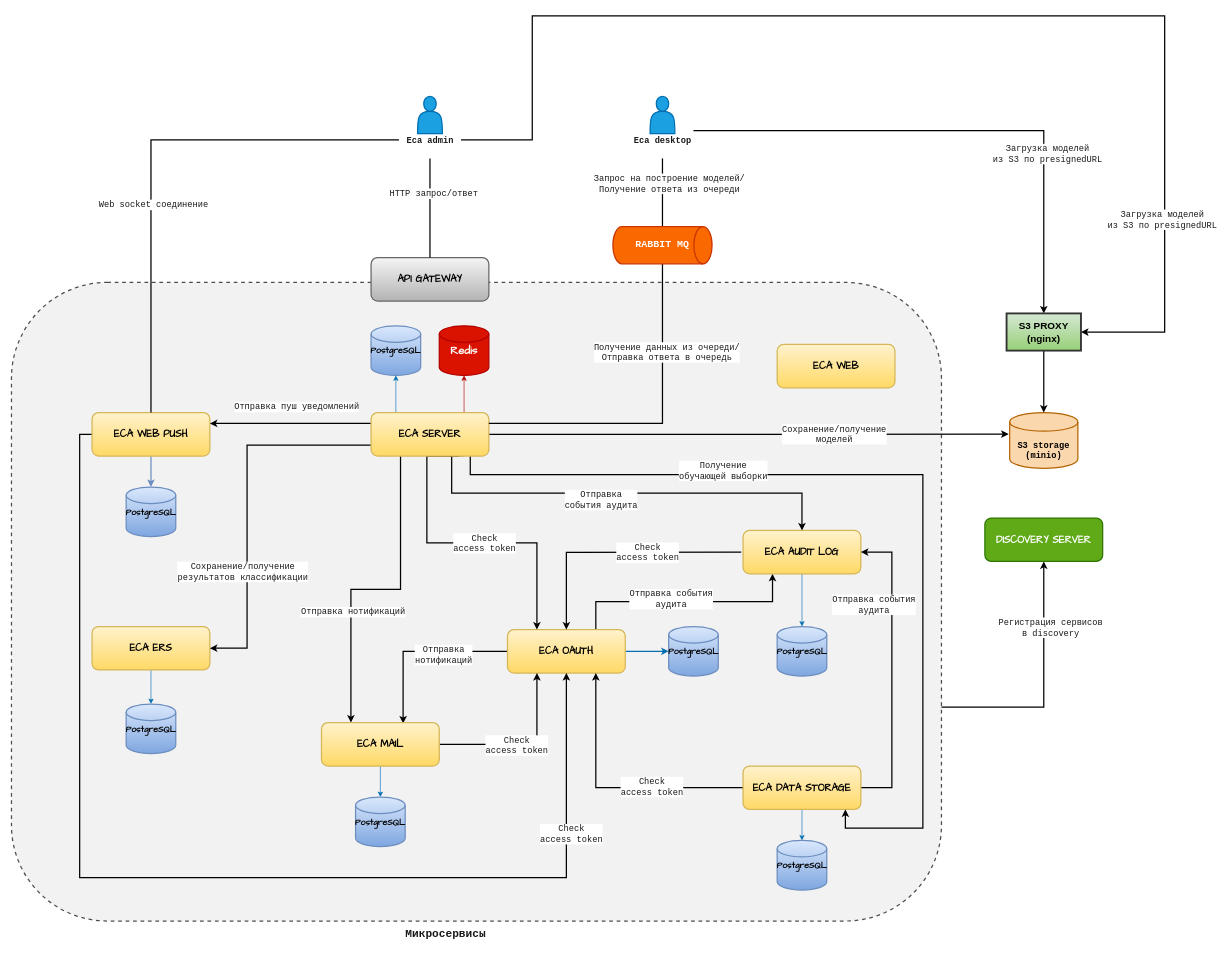
Earlier version of the draw.io diagram doc/schemas/eca-service-architecture.drawio (Stonnos/eca-service). Source tidied: cells renumbered, new cells numbered last; positions are measured from the earlier drawing's top-left corner, leaving out a move shared by most shapes. Both pictures are drawn from the tidied source at 62%, with x=0, y=0 at pixel (11, 16).
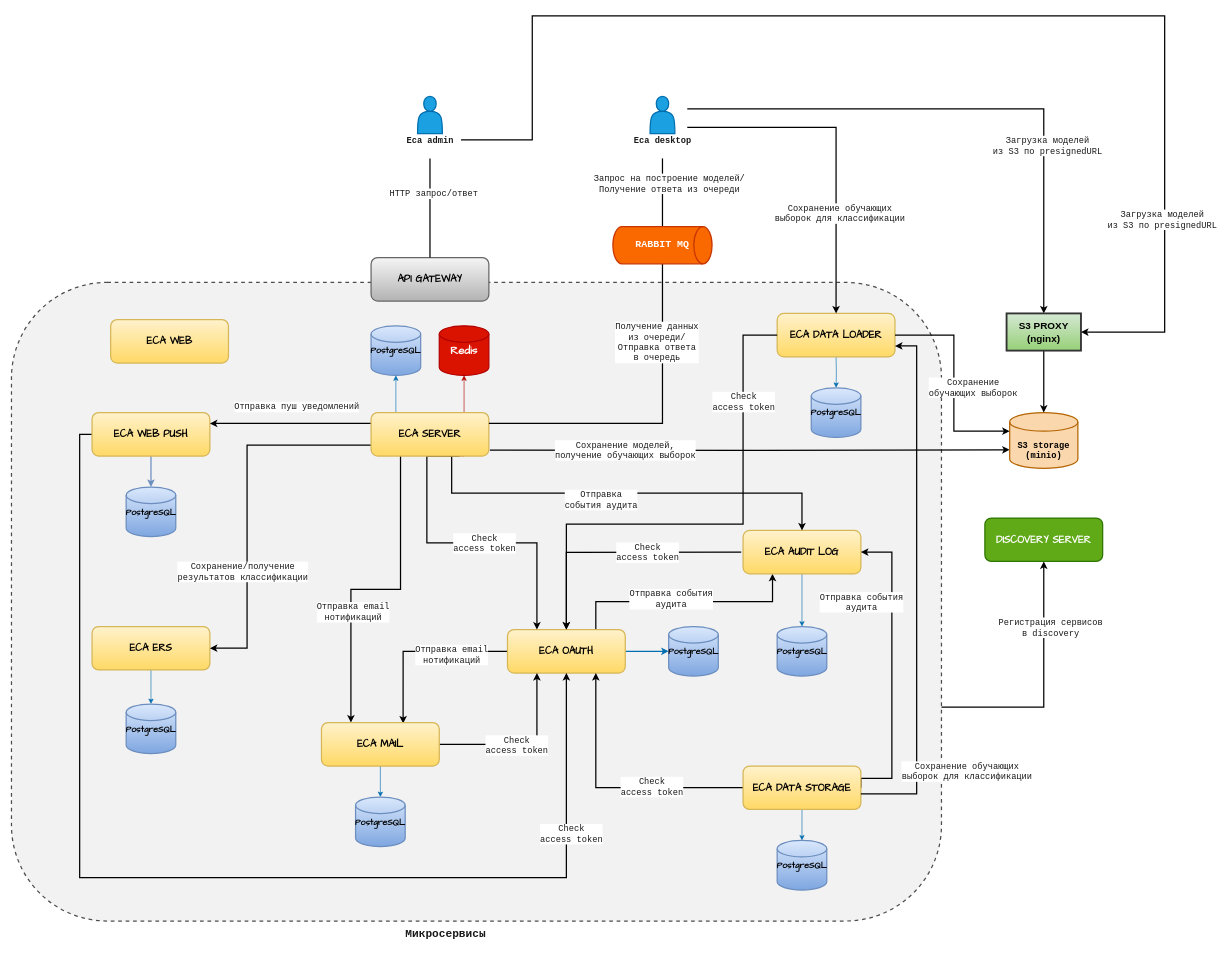
Above is the later version.

The change refers to these unchanged cells:
```xml
<mxCell id="6" style="edgeStyle=orthogonalEdgeStyle;rounded=0;jettySize=auto;html=1;exitX=0;exitY=0.5;exitDx=0;exitDy=0;entryX=0.693;entryY=0.019;entryDx=0;entryDy=0;entryPerimeter=0;fontFamily=Courier New;fontSize=14;fontColor=#1A1A1A;endArrow=classic;endFill=1;strokeWidth=2;" parent="1" edge="1" source="11" target="48">
  <mxGeometry relative="1" as="geometry" />
</mxCell>
<mxCell id="16" value="&lt;font face=&quot;Comic Sans MS&quot;&gt;&lt;span style=&quot;font-size: 16px;&quot;&gt;&lt;b&gt;ECA AUDIT LOG&lt;/b&gt;&lt;/span&gt;&lt;/font&gt;" style="rounded=1;whiteSpace=wrap;html=1;strokeColor=#d6b656;strokeWidth=2;fillColor=#fff2cc;gradientColor=#ffd966;" parent="1" vertex="1">
  <mxGeometry x="1180" y="830" width="190" height="70" as="geometry" />
</mxCell>
<mxCell id="22" value="&lt;font face=&quot;Comic Sans MS&quot;&gt;&lt;span style=&quot;font-size: 16px;&quot;&gt;&lt;b&gt;ECA DATA STORAGE&lt;/b&gt;&lt;/span&gt;&lt;/font&gt;" style="rounded=1;whiteSpace=wrap;html=1;strokeColor=#d6b656;strokeWidth=2;fillColor=#fff2cc;gradientColor=#ffd966;" parent="1" vertex="1">
  <mxGeometry x="1180" y="1210" width="190" height="70" as="geometry" />
</mxCell>
<mxCell id="26" value="&lt;font face=&quot;Comic Sans MS&quot;&gt;&lt;span style=&quot;font-size: 16px;&quot;&gt;&lt;b&gt;ECA WEB PUSH&lt;/b&gt;&lt;/span&gt;&lt;/font&gt;" style="rounded=1;whiteSpace=wrap;html=1;strokeColor=#d6b656;strokeWidth=2;fillColor=#fff2cc;gradientColor=#ffd966;" parent="1" vertex="1">
  <mxGeometry x="130" y="640" width="190" height="70" as="geometry" />
</mxCell>
<mxCell id="35" style="edgeStyle=orthogonalEdgeStyle;rounded=0;jettySize=auto;html=1;exitX=0.25;exitY=1;exitDx=0;exitDy=0;entryX=0.25;entryY=0;entryDx=0;entryDy=0;fontFamily=Courier New;fontSize=14;fontColor=#1A1A1A;endArrow=classic;endFill=1;strokeWidth=2;" parent="1" edge="1" source="44" target="48">
  <mxGeometry relative="1" as="geometry" />
</mxCell>
<mxCell id="44" value="&lt;font face=&quot;Comic Sans MS&quot;&gt;&lt;span style=&quot;font-size: 16px;&quot;&gt;&lt;b&gt;ECA SERVER&lt;/b&gt;&lt;/span&gt;&lt;/font&gt;" style="rounded=1;whiteSpace=wrap;html=1;strokeColor=#d6b656;strokeWidth=2;fillColor=#fff2cc;gradientColor=#ffd966;" parent="1" vertex="1">
  <mxGeometry x="580" y="640" width="190" height="70" as="geometry" />
</mxCell>
<mxCell id="56" style="edgeStyle=orthogonalEdgeStyle;rounded=0;jettySize=auto;html=1;exitX=0.5;exitY=1;exitDx=0;exitDy=0;exitPerimeter=0;entryX=1;entryY=0.25;entryDx=0;entryDy=0;fontFamily=Courier New;fontSize=14;fontColor=#1A1A1A;endArrow=none;endFill=0;strokeWidth=2;" parent="1" edge="1" source="58" target="44">
  <mxGeometry relative="1" as="geometry">
    <Array as="points">
      <mxPoint x="1050" y="658" />
    </Array>
  </mxGeometry>
</mxCell>
<mxCell id="61" value="&lt;font style=&quot;font-size: 14px;&quot; color=&quot;#1a1a1a&quot;&gt;Eca desktop&lt;/font&gt;" style="text;strokeColor=none;fillColor=none;html=1;fontSize=24;fontStyle=1;verticalAlign=middle;align=center;fontFamily=Courier New;fontColor=#FFFFFF;" parent="59" vertex="1">
  <mxGeometry y="40" width="100" height="60" as="geometry" />
</mxCell>
<mxCell id="64" value="&lt;font style=&quot;font-size: 14px;&quot; color=&quot;#1a1a1a&quot;&gt;Eca admin&lt;/font&gt;" style="text;strokeColor=none;fillColor=none;html=1;fontSize=24;fontStyle=1;verticalAlign=middle;align=center;fontFamily=Courier New;fontColor=#FFFFFF;" parent="62" vertex="1">
  <mxGeometry y="40" width="100" height="60" as="geometry" />
</mxCell>
<mxCell id="69" value="&lt;b&gt;&lt;br&gt;&lt;br&gt;S3 storage&lt;br&gt;(minio)&lt;br&gt;&lt;/b&gt;" style="strokeWidth=2;html=1;shape=mxgraph.flowchart.database;whiteSpace=wrap;fontFamily=Courier New;fontSize=14;fillColor=#fad7ac;strokeColor=#b46504;" parent="1" vertex="1">
  <mxGeometry x="1610" y="640" width="110" height="90" as="geometry" />
</mxCell>
<mxCell id="79" value="&lt;b style=&quot;font-size: 16px;&quot;&gt;S3 PROXY&lt;br&gt;(nginx)&lt;/b&gt;" style="rounded=0;whiteSpace=wrap;html=1;fillColor=#d5e8d4;strokeColor=#333333;gradientColor=#97d077;strokeWidth=3;" parent="1" vertex="1">
  <mxGeometry x="1605" y="480" width="120" height="60" as="geometry" />
</mxCell>
```

Diff of the diagram source:
```diff
@@
-    <mxCell id="7" value="Отправка&lt;br&gt;нотификаций" style="edgeLabel;html=1;align=center;verticalAlign=middle;fontSize=14;fontFamily=Courier New;fontColor=#1A1A1A;" parent="6" vertex="1">
-      <mxGeometry x="-0.27" y="5" relative="1" as="geometry" />
+    <mxCell id="7" value="Отправка email&lt;br&gt;нотификаций" style="edgeLabel;html=1;align=center;verticalAlign=middle;fontSize=14;fontFamily=Courier New;fontColor=#1A1A1A;" parent="6" vertex="1">
+      <mxGeometry x="-0.27" y="5" relative="1" as="geometry">
+        <mxPoint x="13" as="offset" />
+      </mxGeometry>
     </mxCell>
@@
     <mxCell id="12" value="&lt;font face=&quot;Comic Sans MS&quot;&gt;&lt;span style=&quot;font-size: 16px;&quot;&gt;&lt;b&gt;ECA WEB&lt;/b&gt;&lt;/span&gt;&lt;/font&gt;" style="rounded=1;whiteSpace=wrap;html=1;strokeColor=#d6b656;strokeWidth=2;fillColor=#fff2cc;gradientColor=#ffd966;" parent="1" vertex="1">
-      <mxGeometry x="1235" y="530" width="190" height="70" as="geometry" />
+      <mxGeometry x="160" y="490" width="190" height="70" as="geometry" />
     </mxCell>
@@
     <mxCell id="20" style="edgeStyle=orthogonalEdgeStyle;rounded=0;jettySize=auto;html=1;exitX=1;exitY=0.5;exitDx=0;exitDy=0;entryX=1;entryY=0.5;entryDx=0;entryDy=0;fontFamily=Courier New;fontSize=14;fontColor=#1A1A1A;endArrow=classic;endFill=1;strokeWidth=2;" parent="1" edge="1" source="22" target="16">
       <mxGeometry relative="1" as="geometry">
         <Array as="points">
-          <mxPoint x="1420" y="1245" />
+          <mxPoint x="1370" y="1230" />
+          <mxPoint x="1420" y="1230" />
           <mxPoint x="1420" y="865" />
         </Array>
       </mxGeometry>
     </mxCell>
     <mxCell id="21" value="Отправка события&lt;br&gt;аудита" style="edgeLabel;html=1;align=center;verticalAlign=middle;fontSize=14;fontFamily=Courier New;fontColor=#1A1A1A;" parent="20" vertex="1">
       <mxGeometry x="0.37" y="-2" relative="1" as="geometry">
-        <mxPoint x="-32" y="-17" as="offset" />
+        <mxPoint x="-52" y="-21" as="offset" />
       </mxGeometry>
     </mxCell>
@@
-    <mxCell id="36" value="Отправка нотификаций" style="edgeLabel;html=1;align=center;verticalAlign=middle;fontSize=14;fontFamily=Courier New;fontColor=#1A1A1A;" parent="35" vertex="1">
+    <mxCell id="36" value="Отправка email&lt;br&gt;нотификаций" style="edgeLabel;html=1;align=center;verticalAlign=middle;fontSize=14;fontFamily=Courier New;fontColor=#1A1A1A;" parent="35" vertex="1">
       <mxGeometry x="-0.41" y="6" relative="1" as="geometry">
         <mxPoint x="-83" y="101" as="offset" />
       </mxGeometry>
     </mxCell>
@@
-    <mxCell id="41" style="edgeStyle=orthogonalEdgeStyle;rounded=0;jettySize=auto;html=1;exitX=1;exitY=0.5;exitDx=0;exitDy=0;entryX=-0.015;entryY=0.385;entryDx=0;entryDy=0;entryPerimeter=0;fontFamily=Courier New;fontSize=14;fontColor=#1A1A1A;endArrow=classic;endFill=1;strokeWidth=2;" parent="1" edge="1" source="44" target="69">
-      <mxGeometry relative="1" as="geometry" />
+    <mxCell id="41" style="edgeStyle=orthogonalEdgeStyle;rounded=0;orthogonalLoop=1;jettySize=auto;html=1;exitX=1;exitY=0.5;exitDx=0;exitDy=0;entryX=-0.015;entryY=0.385;entryDx=0;entryDy=0;entryPerimeter=0;fontFamily=Courier New;fontSize=14;fontColor=#1A1A1A;endArrow=classic;endFill=1;strokeWidth=2;" parent="1" edge="1">
+      <mxGeometry relative="1" as="geometry">
+        <mxPoint x="771.6" y="700.4" as="sourcePoint" />
+        <mxPoint x="1610" y="700" as="targetPoint" />
+      </mxGeometry>
     </mxCell>
-    <mxCell id="42" value="Сохранение/получение&lt;br&gt;моделей" style="edgeLabel;html=1;align=center;verticalAlign=middle;fontSize=14;fontFamily=Courier New;fontColor=#1A1A1A;" parent="41" vertex="1">
+    <mxCell id="42" value="Сохранение моделей,&lt;br&gt;получение обучающих выборок" style="edgeLabel;html=1;align=center;verticalAlign=middle;fontSize=14;fontFamily=Courier New;fontColor=#1A1A1A;" parent="41" vertex="1">
       <mxGeometry x="0.33" relative="1" as="geometry">
-        <mxPoint x="-1" as="offset" />
+        <mxPoint x="-340" as="offset" />
       </mxGeometry>
     </mxCell>
-    <mxCell id="43" style="edgeStyle=orthogonalEdgeStyle;rounded=0;orthogonalLoop=1;jettySize=auto;html=1;targetPerimeterSpacing=1;strokeWidth=2;" parent="1" edge="1">
-      <mxGeometry relative="1" as="geometry">
-        <mxPoint x="740" y="710" as="sourcePoint" />
-        <mxPoint x="1345" y="1280" as="targetPoint" />
-        <Array as="points">
-          <mxPoint x="740" y="710" />
-          <mxPoint x="740" y="740" />
-          <mxPoint x="1470" y="740" />
-          <mxPoint x="1470" y="1310" />
-          <mxPoint x="1345" y="1310" />
-        </Array>
-      </mxGeometry>
-    </mxCell>
@@
-    <mxCell id="57" value="Получение данных из очереди/&lt;br&gt;Отправка ответа в очередь" style="edgeLabel;html=1;align=center;verticalAlign=middle;fontSize=14;fontFamily=Courier New;fontColor=#1A1A1A;" parent="56" vertex="1">
-      <mxGeometry x="-0.47" y="6" relative="1" as="geometry" />
+    <mxCell id="57" value="Получение данных&lt;br&gt;из очереди/&lt;br&gt;Отправка ответа&lt;br&gt;в очередь" style="edgeLabel;html=1;align=center;verticalAlign=middle;fontSize=14;fontFamily=Courier New;fontColor=#1A1A1A;" parent="56" vertex="1">
+      <mxGeometry x="-0.47" y="6" relative="1" as="geometry">
+        <mxPoint x="-16" y="-16" as="offset" />
+      </mxGeometry>
     </mxCell>
@@
-    <mxCell id="67" style="edgeStyle=orthogonalEdgeStyle;rounded=0;jettySize=auto;html=1;exitX=0;exitY=0.5;exitDx=0;exitDy=0;entryX=0.5;entryY=0;entryDx=0;entryDy=0;fontFamily=Courier New;fontSize=14;fontColor=#1A1A1A;endArrow=none;endFill=0;strokeWidth=2;" parent="1" edge="1" source="64" target="26">
-      <mxGeometry relative="1" as="geometry" />
-    </mxCell>
-    <mxCell id="68" value="Web socket соединение" style="edgeLabel;html=1;align=center;verticalAlign=middle;fontSize=14;fontFamily=Courier New;fontColor=#1A1A1A;" parent="67" vertex="1">
-      <mxGeometry x="0.2" y="3" relative="1" as="geometry" />
-    </mxCell>
@@
-    <mxCell id="74" style="edgeStyle=orthogonalEdgeStyle;rounded=0;jettySize=auto;html=1;exitX=1;exitY=0.25;exitDx=0;exitDy=0;entryX=0.5;entryY=0;entryDx=0;entryDy=0;fontFamily=Courier New;fontSize=14;fontColor=#1A1A1A;endArrow=classic;endFill=1;strokeWidth=2;" parent="1" edge="1" source="61" target="79">
-      <mxGeometry relative="1" as="geometry" />
+    <mxCell id="74" style="edgeStyle=orthogonalEdgeStyle;rounded=0;jettySize=auto;html=1;entryX=0.5;entryY=0;entryDx=0;entryDy=0;fontFamily=Courier New;fontSize=14;fontColor=#1A1A1A;endArrow=classic;endFill=1;strokeWidth=2;" parent="1" edge="1" target="79">
+      <mxGeometry relative="1" as="geometry">
+        <mxPoint x="1090" y="150" as="sourcePoint" />
+        <Array as="points">
+          <mxPoint x="1100" y="150" />
+          <mxPoint x="1665" y="150" />
+        </Array>
+      </mxGeometry>
     </mxCell>
@@
-    <mxCell id="81" value="Получение&lt;br&gt;обучающей выборки" style="edgeLabel;html=1;align=center;verticalAlign=middle;fontSize=14;fontFamily=Courier New;fontColor=#1A1A1A;" parent="1" vertex="1">
-      <mxGeometry x="1160" y="740" as="geometry">
-        <mxPoint x="-13" y="-7" as="offset" />
-      </mxGeometry>
-    </mxCell>
+    <mxCell id="82" value="&lt;font face=&quot;Comic Sans MS&quot;&gt;&lt;span style=&quot;font-size: 16px;&quot;&gt;&lt;b&gt;ECA DATA LOADER&lt;/b&gt;&lt;/span&gt;&lt;/font&gt;" style="rounded=1;whiteSpace=wrap;html=1;strokeColor=#d6b656;strokeWidth=2;fillColor=#fff2cc;gradientColor=#ffd966;" parent="1" vertex="1">
+      <mxGeometry x="1235" y="480" width="190" height="70" as="geometry" />
+    </mxCell>
+    <mxCell id="83" style="edgeStyle=orthogonalEdgeStyle;rounded=0;jettySize=auto;html=1;entryX=0;entryY=0.333;entryDx=0;entryDy=0;entryPerimeter=0;fontFamily=Courier New;fontSize=14;fontColor=#1A1A1A;endArrow=classic;endFill=1;strokeWidth=2;" parent="1" edge="1" target="69">
+      <mxGeometry relative="1" as="geometry">
+        <mxPoint x="1425" y="515" as="sourcePoint" />
+        <Array as="points">
+          <mxPoint x="1520" y="515" />
+          <mxPoint x="1520" y="670" />
+        </Array>
+      </mxGeometry>
+    </mxCell>
+    <mxCell id="84" value="Сохранение&lt;br&gt;обучающих выборок" style="edgeLabel;html=1;align=center;verticalAlign=middle;fontSize=14;fontFamily=Courier New;fontColor=#1A1A1A;" parent="83" vertex="1">
+      <mxGeometry x="0.33" relative="1" as="geometry">
+        <mxPoint x="30" y="-47" as="offset" />
+      </mxGeometry>
+    </mxCell>
+    <mxCell id="85" style="edgeStyle=orthogonalEdgeStyle;rounded=0;jettySize=auto;html=1;entryX=0.5;entryY=0;entryDx=0;entryDy=0;fontFamily=Courier New;fontSize=14;fontColor=#1A1A1A;endArrow=classic;endFill=1;strokeWidth=2;" parent="1" edge="1" target="82">
+      <mxGeometry relative="1" as="geometry">
+        <mxPoint x="1090" y="180" as="sourcePoint" />
+        <Array as="points">
+          <mxPoint x="1330" y="180" />
+        </Array>
+      </mxGeometry>
+    </mxCell>
+    <mxCell id="86" value="Сохранение обучающих&lt;br&gt;выборок для классификации" style="edgeLabel;html=1;align=center;verticalAlign=middle;fontSize=14;fontFamily=Courier New;fontColor=#1A1A1A;" parent="85" vertex="1">
+      <mxGeometry x="0.4" y="5" relative="1" as="geometry" />
+    </mxCell>
+    <mxCell id="87" style="edgeStyle=orthogonalEdgeStyle;rounded=0;jettySize=auto;html=1;entryX=0.5;entryY=0;entryDx=0;entryDy=0;entryPerimeter=0;fontFamily=Courier New;fontSize=18;fontColor=#FFFFFF;fillColor=#1ba1e2;strokeColor=#006EAF;" parent="1" edge="1" target="88">
+      <mxGeometry relative="1" as="geometry">
+        <mxPoint x="1330" y="551" as="sourcePoint" />
+      </mxGeometry>
+    </mxCell>
+    <mxCell id="88" value="&lt;b&gt;&lt;font style=&quot;font-size: 14px;&quot;&gt;PostgreSQL&lt;/font&gt;&lt;/b&gt;" style="strokeWidth=2;html=1;shape=mxgraph.flowchart.database;whiteSpace=wrap;fontFamily=Comic Sans MS;fontSize=16;fillColor=#dae8fc;gradientColor=#7ea6e0;strokeColor=#6c8ebf;" parent="1" vertex="1">
+      <mxGeometry x="1290" y="600" width="80" height="80" as="geometry" />
+    </mxCell>
+    <mxCell id="89" style="edgeStyle=orthogonalEdgeStyle;rounded=0;jettySize=auto;html=1;entryX=1;entryY=0.665;entryDx=0;entryDy=0;entryPerimeter=0;fontFamily=Courier New;fontSize=18;fontColor=#1A1A1A;endArrow=none;endFill=0;strokeWidth=2;startArrow=classic;startFill=1;exitX=1;exitY=0.75;exitDx=0;exitDy=0;" parent="1" edge="1" source="82">
+      <mxGeometry relative="1" as="geometry">
+        <mxPoint x="1370" y="1255" as="targetPoint" />
+        <Array as="points">
+          <mxPoint x="1460" y="533" />
+          <mxPoint x="1460" y="1255" />
+        </Array>
+      </mxGeometry>
+    </mxCell>
+    <mxCell id="90" value="Сохранение обучающих&lt;br&gt;выборок для классификации" style="edgeLabel;html=1;align=center;verticalAlign=middle;fontSize=14;fontFamily=Courier New;fontColor=#1A1A1A;" parent="89" vertex="1">
+      <mxGeometry x="-0.22" y="-4" relative="1" as="geometry">
+        <mxPoint x="84" y="390" as="offset" />
+      </mxGeometry>
+    </mxCell>
+    <mxCell id="91" style="edgeStyle=orthogonalEdgeStyle;rounded=0;orthogonalLoop=1;jettySize=auto;html=1;exitX=0;exitY=0.5;exitDx=0;exitDy=0;fontFamily=Courier New;fontSize=14;fontColor=#1A1A1A;endArrow=classic;endFill=1;strokeWidth=2;" parent="1" edge="1">
+      <mxGeometry relative="1" as="geometry">
+        <mxPoint x="1235" y="515" as="sourcePoint" />
+        <mxPoint x="895" y="990" as="targetPoint" />
+        <Array as="points">
+          <mxPoint x="1180" y="516" />
+          <mxPoint x="1180" y="820" />
+          <mxPoint x="895" y="820" />
+          <mxPoint x="895" y="991" />
+        </Array>
+      </mxGeometry>
+    </mxCell>
+    <mxCell id="92" value="Check&lt;br&gt;access token" style="edgeLabel;html=1;align=center;verticalAlign=middle;fontSize=14;fontFamily=Courier New;fontColor=#1A1A1A;" parent="91" vertex="1">
+      <mxGeometry x="-0.25" relative="1" as="geometry">
+        <mxPoint y="-144" as="offset" />
+      </mxGeometry>
+    </mxCell>
```
